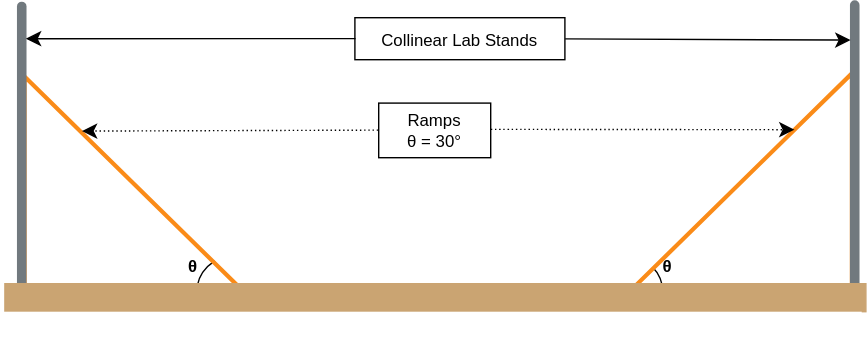
This is laboratory_setup_step2.svg from Z1aaan/physics-experiment-paper, a draw.io export, as it was before one commit. Source tidied: cells renumbered, new cells last; positions are measured from the earlier drawing's top-left corner, leaving out a move shared by most shapes.
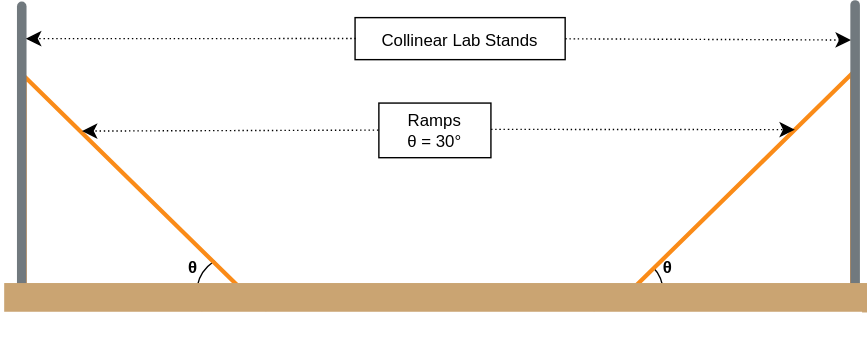
Above is the later version.

What changed in the source:
```diff
@@ -47,12 +47,12 @@
     <mxCell id="16" value="&lt;font style=&quot;font-size: 12px;&quot;&gt;Collinear Lab Stands&lt;/font&gt;" style="rounded=0;whiteSpace=wrap;html=1;fontSize=16;strokeWidth=1;" parent="1" vertex="1">
       <mxGeometry x="346" width="150" height="30" as="geometry" />
     </mxCell>
-    <mxCell id="17" style="endArrow=classic;html=1;rounded=0;fontSize=12;startSize=8;endSize=8;curved=1;exitX=0.003;exitY=0.498;exitDx=0;exitDy=0;exitPerimeter=0;entryX=0.123;entryY=0.064;entryDx=0;entryDy=0;entryPerimeter=0;" parent="1" edge="1" source="16">
+    <mxCell id="17" style="endArrow=classic;html=1;rounded=0;fontSize=12;startSize=8;endSize=8;curved=1;exitX=0.003;exitY=0.498;exitDx=0;exitDy=0;exitPerimeter=0;entryX=0.123;entryY=0.064;entryDx=0;entryDy=0;entryPerimeter=0;dashed=1;dashPattern=1 2;" parent="1" edge="1" source="16">
       <mxGeometry relative="1" as="geometry">
         <mxPoint x="111" y="15" as="targetPoint" />
       </mxGeometry>
     </mxCell>
-    <mxCell id="18" style="endArrow=classic;html=1;rounded=0;fontSize=12;startSize=8;endSize=8;curved=1;exitX=1.001;exitY=0.504;exitDx=0;exitDy=0;exitPerimeter=0;entryX=0.13;entryY=0.993;entryDx=0;entryDy=0;entryPerimeter=0;" parent="1" edge="1" source="16">
+    <mxCell id="18" style="endArrow=classic;html=1;rounded=0;fontSize=12;startSize=8;endSize=8;curved=1;exitX=1.001;exitY=0.504;exitDx=0;exitDy=0;exitPerimeter=0;entryX=0.13;entryY=0.993;entryDx=0;entryDy=0;entryPerimeter=0;dashed=1;dashPattern=1 2;" parent="1" edge="1" source="16">
       <mxGeometry relative="1" as="geometry">
         <mxPoint x="700" y="16" as="targetPoint" />
       </mxGeometry>
```
